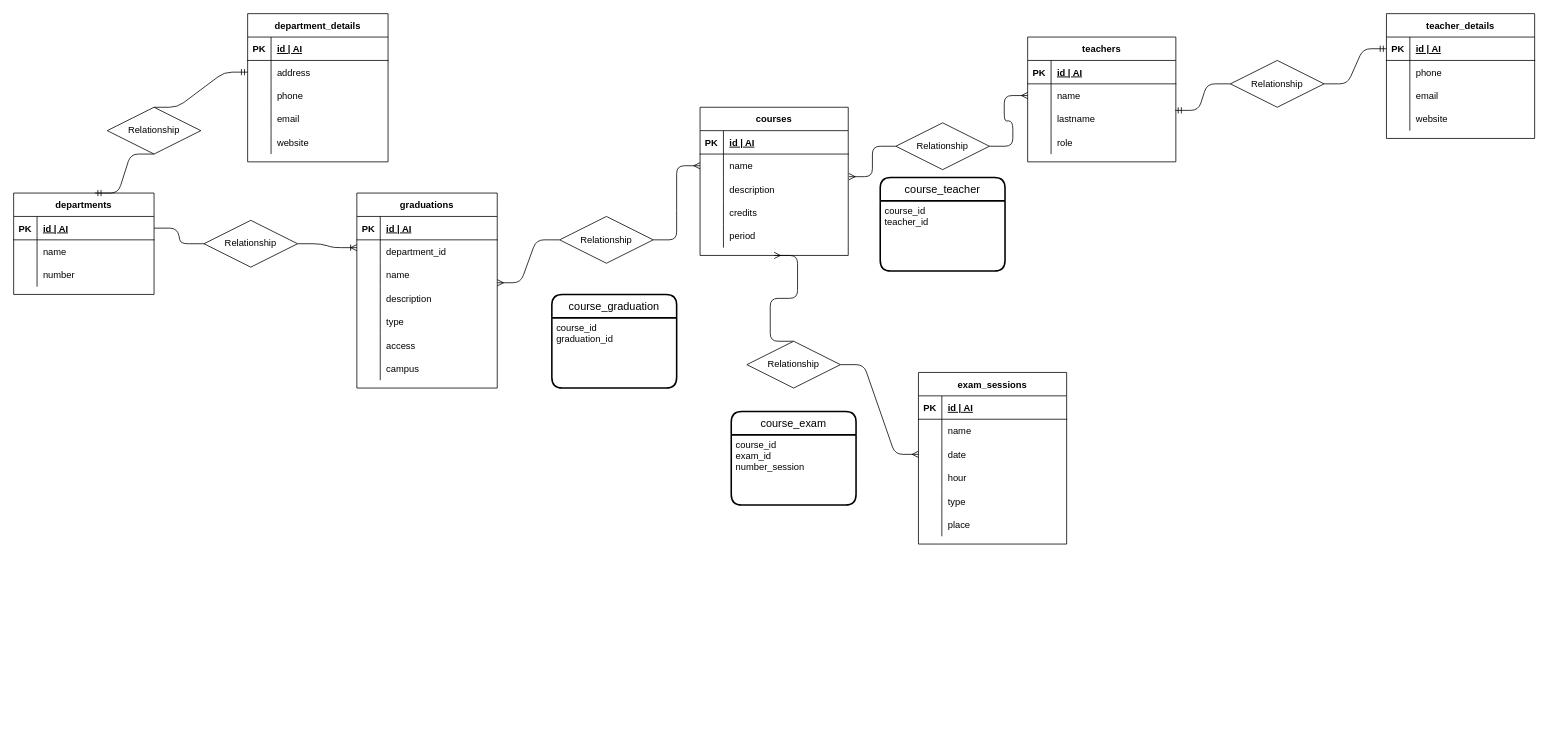
Earlier version of the draw.io diagram db-university.drawio (DoinaGanceriuc/db-university). Source tidied: cells renumbered, new cells numbered last; positions are measured from the earlier drawing's top-left corner, leaving out a move shared by most shapes. Both pictures are drawn from the tidied source at 78%, with x=0, y=0 at pixel (13, 13).
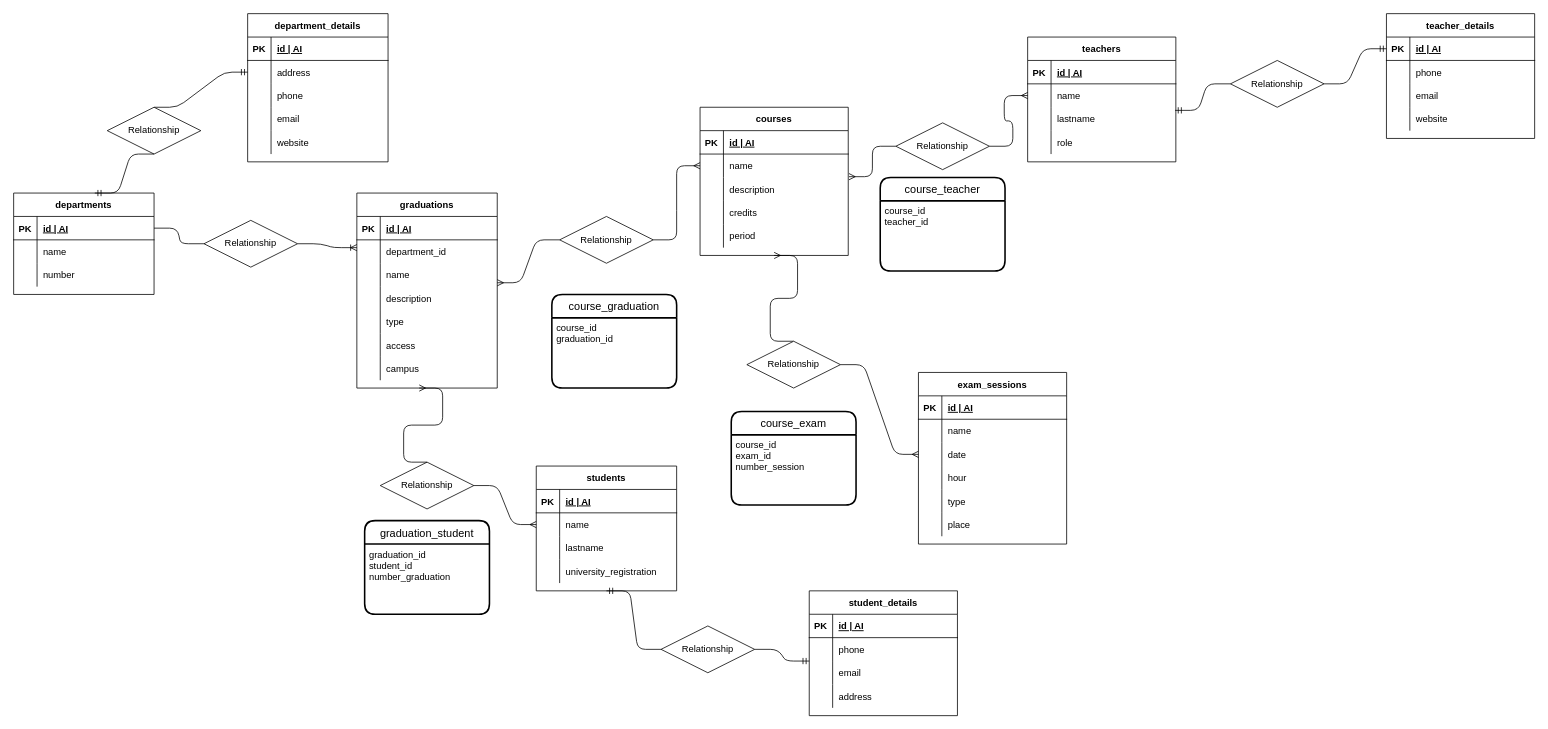
The same page after the edit.

Commit message:
add students table

What changed in the source:
```diff
@@
+    <mxCell id="135" value="students" style="shape=table;startSize=30;childLayout=tableLayout;rowLines=0;fontStyle=1;align=center;" parent="1" vertex="1">
+      <mxGeometry x="670" y="580" width="180" height="160" as="geometry" />
+    </mxCell>
+    <mxCell id="136" style="shape=partialRectangle;fillColor=none;top=0;left=0;bottom=1;right=0;" parent="135" vertex="1">
+      <mxGeometry y="30" width="180" height="30" as="geometry" />
+    </mxCell>
+    <mxCell id="137" value="PK" style="shape=partialRectangle;fillColor=none;top=0;left=0;bottom=0;right=0;fontStyle=1;overflow=hidden;" parent="136" vertex="1">
+      <mxGeometry width="30" height="30" as="geometry" />
+    </mxCell>
+    <mxCell id="138" value="id | AI" style="shape=partialRectangle;fillColor=none;top=0;left=0;bottom=0;right=0;align=left;spacingLeft=6;fontStyle=5;overflow=hidden;" parent="136" vertex="1">
+      <mxGeometry x="30" width="150" height="30" as="geometry" />
+    </mxCell>
+    <mxCell id="139" style="shape=partialRectangle;fillColor=none;top=0;left=0;bottom=0;right=0;points=[[0,0.5],[1,0.5]];portConstraint=eastwest;" parent="135" vertex="1">
+      <mxGeometry y="60" width="180" height="30" as="geometry" />
+    </mxCell>
+    <mxCell id="140" style="shape=partialRectangle;fillColor=none;top=0;left=0;bottom=0;right=0;overflow=hidden;" parent="139" vertex="1">
+      <mxGeometry width="30" height="30" as="geometry" />
+    </mxCell>
+    <mxCell id="141" value="name" style="shape=partialRectangle;fillColor=none;top=0;left=0;bottom=0;right=0;align=left;spacingLeft=6;overflow=hidden;" parent="139" vertex="1">
+      <mxGeometry x="30" width="150" height="30" as="geometry" />
+    </mxCell>
+    <mxCell id="142" style="shape=partialRectangle;fillColor=none;top=0;left=0;bottom=0;right=0;" parent="135" vertex="1">
+      <mxGeometry y="90" width="180" height="30" as="geometry" />
+    </mxCell>
+    <mxCell id="143" style="shape=partialRectangle;fillColor=none;top=0;left=0;bottom=0;right=0;overflow=hidden;" parent="142" vertex="1">
+      <mxGeometry width="30" height="30" as="geometry" />
+    </mxCell>
+    <mxCell id="144" value="lastname" style="shape=partialRectangle;fillColor=none;top=0;left=0;bottom=0;right=0;align=left;spacingLeft=6;overflow=hidden;" parent="142" vertex="1">
+      <mxGeometry x="30" width="150" height="30" as="geometry" />
+    </mxCell>
+    <mxCell id="145" style="shape=partialRectangle;fillColor=none;top=0;left=0;bottom=0;right=0;" parent="135" vertex="1">
+      <mxGeometry y="120" width="180" height="30" as="geometry" />
+    </mxCell>
+    <mxCell id="146" style="shape=partialRectangle;fillColor=none;top=0;left=0;bottom=0;right=0;overflow=hidden;" parent="145" vertex="1">
+      <mxGeometry width="30" height="30" as="geometry" />
+    </mxCell>
+    <mxCell id="147" value="university_registration" style="shape=partialRectangle;fillColor=none;top=0;left=0;bottom=0;right=0;align=left;spacingLeft=6;overflow=hidden;" parent="145" vertex="1">
+      <mxGeometry x="30" width="150" height="30" as="geometry" />
+    </mxCell>
+    <mxCell id="148" style="edgeStyle=entityRelationEdgeStyle;fontSize=12;html=1;endArrow=ERmany;startArrow=none;entryX=0;entryY=0.5;entryDx=0;entryDy=0;" parent="1" edge="1" source="149" target="139">
+      <mxGeometry relative="1" as="geometry" />
+    </mxCell>
+    <mxCell id="149" value="Relationship" style="shape=rhombus;perimeter=rhombusPerimeter;whiteSpace=wrap;html=1;align=center;" parent="1" vertex="1">
+      <mxGeometry x="470" y="575" width="120" height="60" as="geometry" />
+    </mxCell>
+    <mxCell id="150" style="edgeStyle=entityRelationEdgeStyle;fontSize=12;html=1;endArrow=none;startArrow=ERmany;entryX=0.5;entryY=0;entryDx=0;entryDy=0;" parent="1" edge="1" target="149">
+      <mxGeometry relative="1" as="geometry">
+        <mxPoint x="520" y="480" as="sourcePoint" />
+      </mxGeometry>
+    </mxCell>
+    <mxCell id="151" value="graduation_student" style="swimlane;horizontal=1;startSize=30;rounded=1;fontSize=14;fontStyle=0;strokeWidth=2;shadow=0;dashed=0;align=center;" parent="1" vertex="1">
+      <mxGeometry x="450" y="650" width="160" height="120" as="geometry" />
+    </mxCell>
+    <mxCell id="152" value="graduation_id&#10;student_id&#10;number_graduation" style="align=left;strokeColor=none;fillColor=none;spacingLeft=4;fontSize=12;verticalAlign=top;" parent="151" vertex="1">
+      <mxGeometry y="30" width="160" height="90" as="geometry" />
+    </mxCell>
+    <mxCell id="153" value="student_details" style="shape=table;startSize=30;childLayout=tableLayout;rowLines=0;fontStyle=1;align=center;" parent="1" vertex="1">
+      <mxGeometry x="1020" y="740" width="190" height="160" as="geometry" />
+    </mxCell>
+    <mxCell id="154" style="shape=partialRectangle;fillColor=none;top=0;left=0;bottom=1;right=0;" parent="153" vertex="1">
+      <mxGeometry y="30" width="190" height="30" as="geometry" />
+    </mxCell>
+    <mxCell id="155" value="PK" style="shape=partialRectangle;fillColor=none;top=0;left=0;bottom=0;right=0;fontStyle=1;overflow=hidden;" parent="154" vertex="1">
+      <mxGeometry width="30" height="30" as="geometry" />
+    </mxCell>
+    <mxCell id="156" value="id | AI" style="shape=partialRectangle;fillColor=none;top=0;left=0;bottom=0;right=0;align=left;spacingLeft=6;fontStyle=5;overflow=hidden;" parent="154" vertex="1">
+      <mxGeometry x="30" width="160" height="30" as="geometry" />
+    </mxCell>
+    <mxCell id="157" style="shape=partialRectangle;fillColor=none;top=0;left=0;bottom=0;right=0;points=[[0,0.5],[1,0.5]];portConstraint=eastwest;" parent="153" vertex="1">
+      <mxGeometry y="60" width="190" height="30" as="geometry" />
+    </mxCell>
+    <mxCell id="158" style="shape=partialRectangle;fillColor=none;top=0;left=0;bottom=0;right=0;overflow=hidden;" parent="157" vertex="1">
+      <mxGeometry width="30" height="30" as="geometry" />
+    </mxCell>
+    <mxCell id="159" value="phone" style="shape=partialRectangle;fillColor=none;top=0;left=0;bottom=0;right=0;align=left;spacingLeft=6;overflow=hidden;" parent="157" vertex="1">
+      <mxGeometry x="30" width="160" height="30" as="geometry" />
+    </mxCell>
+    <mxCell id="160" style="shape=partialRectangle;fillColor=none;top=0;left=0;bottom=0;right=0;" parent="153" vertex="1">
+      <mxGeometry y="90" width="190" height="30" as="geometry" />
+    </mxCell>
+    <mxCell id="161" style="shape=partialRectangle;fillColor=none;top=0;left=0;bottom=0;right=0;overflow=hidden;" parent="160" vertex="1">
+      <mxGeometry width="30" height="30" as="geometry" />
+    </mxCell>
+    <mxCell id="162" value="email" style="shape=partialRectangle;fillColor=none;top=0;left=0;bottom=0;right=0;align=left;spacingLeft=6;overflow=hidden;" parent="160" vertex="1">
+      <mxGeometry x="30" width="160" height="30" as="geometry" />
+    </mxCell>
+    <mxCell id="163" style="shape=partialRectangle;fillColor=none;top=0;left=0;bottom=0;right=0;" parent="153" vertex="1">
+      <mxGeometry y="120" width="190" height="30" as="geometry" />
+    </mxCell>
+    <mxCell id="164" style="shape=partialRectangle;fillColor=none;top=0;left=0;bottom=0;right=0;overflow=hidden;" parent="163" vertex="1">
+      <mxGeometry width="30" height="30" as="geometry" />
+    </mxCell>
+    <mxCell id="165" value="address" style="shape=partialRectangle;fillColor=none;top=0;left=0;bottom=0;right=0;align=left;spacingLeft=6;overflow=hidden;" parent="163" vertex="1">
+      <mxGeometry x="30" width="160" height="30" as="geometry" />
+    </mxCell>
+    <mxCell id="166" style="edgeStyle=entityRelationEdgeStyle;fontSize=12;html=1;endArrow=ERmandOne;startArrow=none;entryX=0;entryY=1;entryDx=0;entryDy=0;entryPerimeter=0;exitX=1;exitY=0.5;exitDx=0;exitDy=0;" parent="1" edge="1" source="167" target="157">
+      <mxGeometry relative="1" as="geometry" />
+    </mxCell>
+    <mxCell id="167" value="Relationship" style="shape=rhombus;perimeter=rhombusPerimeter;whiteSpace=wrap;html=1;align=center;" parent="1" vertex="1">
+      <mxGeometry x="830" y="785" width="120" height="60" as="geometry" />
+    </mxCell>
+    <mxCell id="168" style="edgeStyle=entityRelationEdgeStyle;fontSize=12;html=1;endArrow=none;startArrow=ERmandOne;entryX=0;entryY=0.5;entryDx=0;entryDy=0;exitX=0.5;exitY=1;exitDx=0;exitDy=0;" parent="1" edge="1" source="135" target="167">
+      <mxGeometry relative="1" as="geometry" />
+    </mxCell>
```
